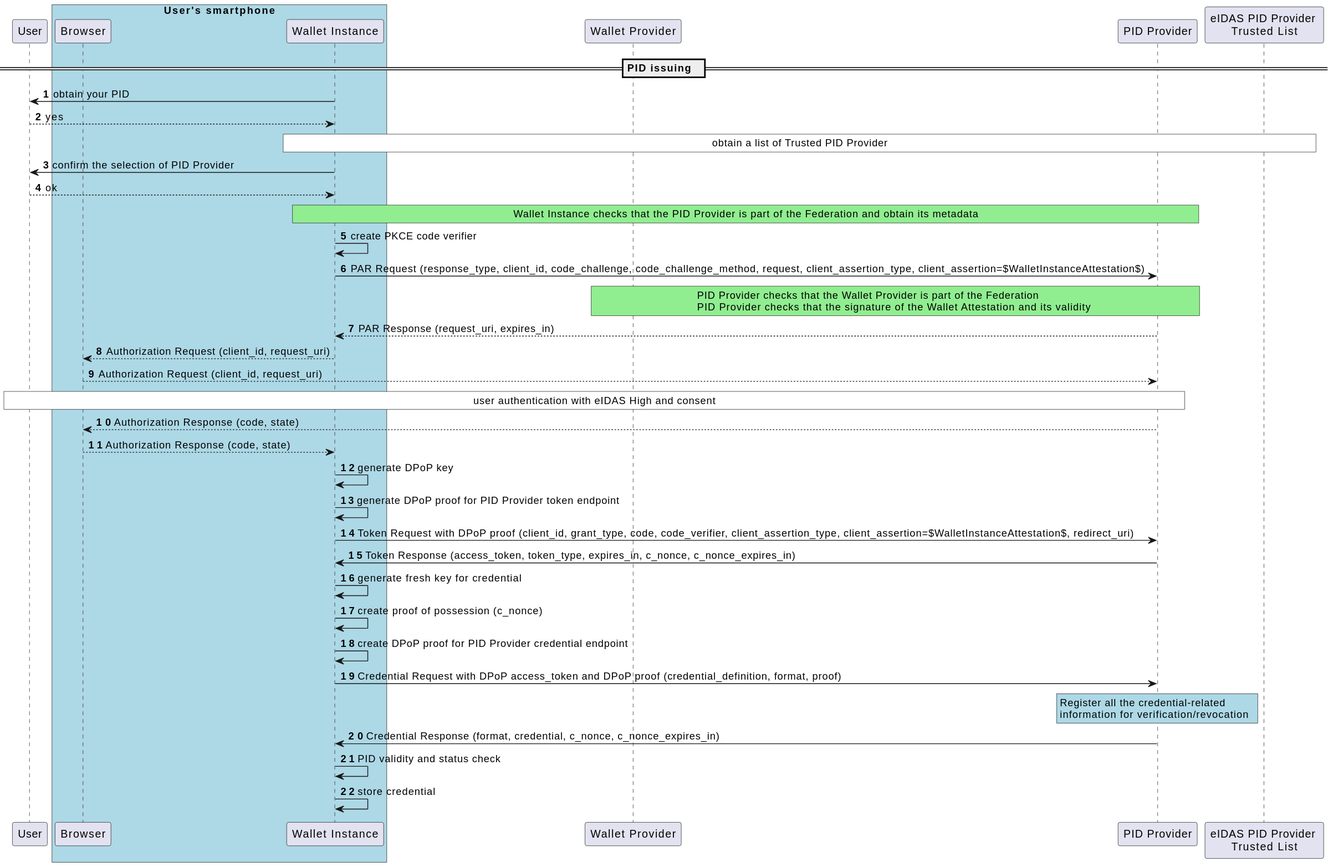
This is images/Low-Level-Flow-EUDIW-PID-Issuing.svg from italia/eudi-wallet-it-docs, a PlantUML export, as it was before one commit.
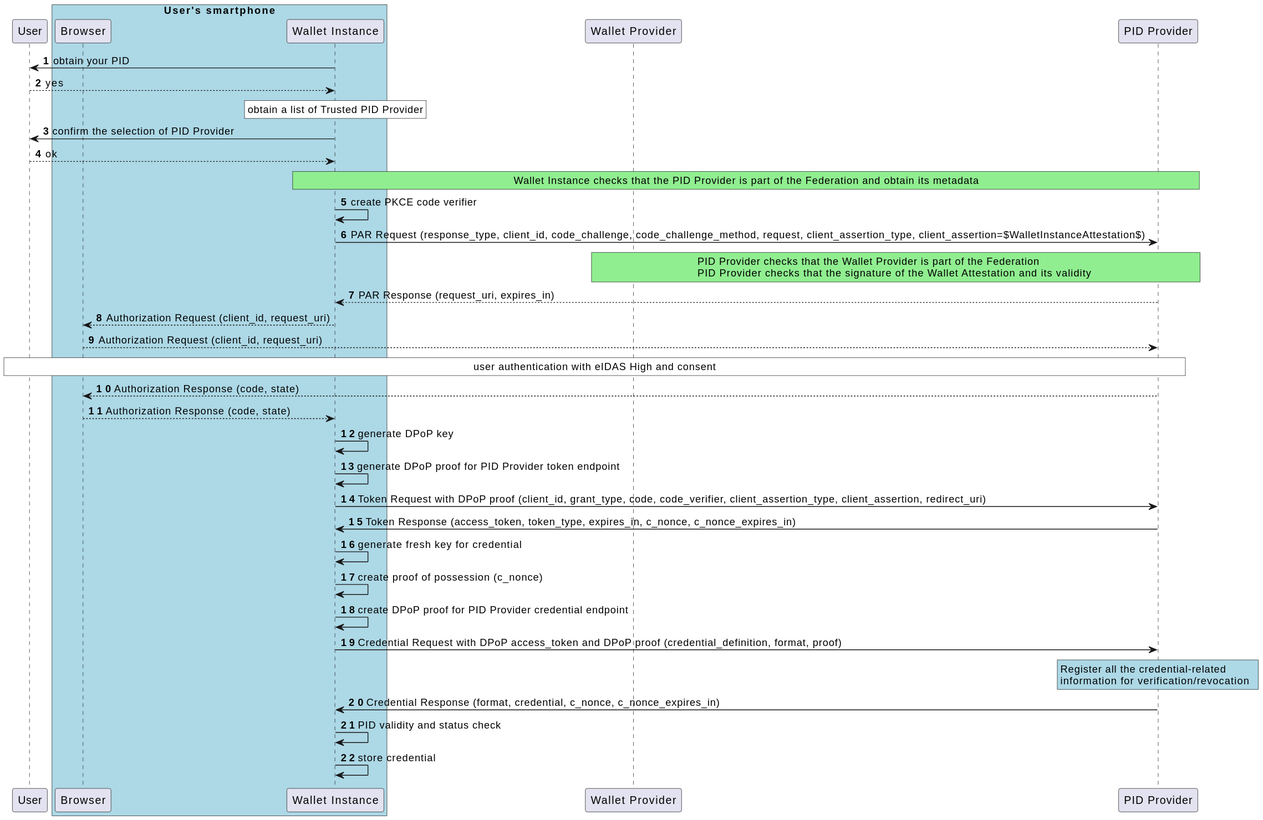
After the change.

What changed in the source:
```diff
@@ -12,15 +12,12 @@
 
 participant "PID Provider" as i
 
-participant "eIDAS PID Provider \nTrusted List" as t
 
-
-== PID issuing  ==
 
 w -> u: obtain your PID
 u --> w: yes
 
-rnote over w,t #WHITE
+rnote over w #WHITE
 obtain a list of Trusted PID Provider
 endrnote
 
@@ -60,7 +57,7 @@
 w -> w : generate DPoP proof for PID Provider token endpoint
 
 
-w -> i : Token Request with DPoP proof (client_id, grant_type, code, code_verifier, client_assertion_type, client_assertion=$WalletInstanceAttestation$, redirect_uri)
+w -> i : Token Request with DPoP proof (client_id, grant_type, code, code_verifier, client_assertion_type, client_assertion, redirect_uri)
 
 i -> w : Token Response (access_token, token_type, expires_in, c_nonce, c_nonce_expires_in)
 
```
